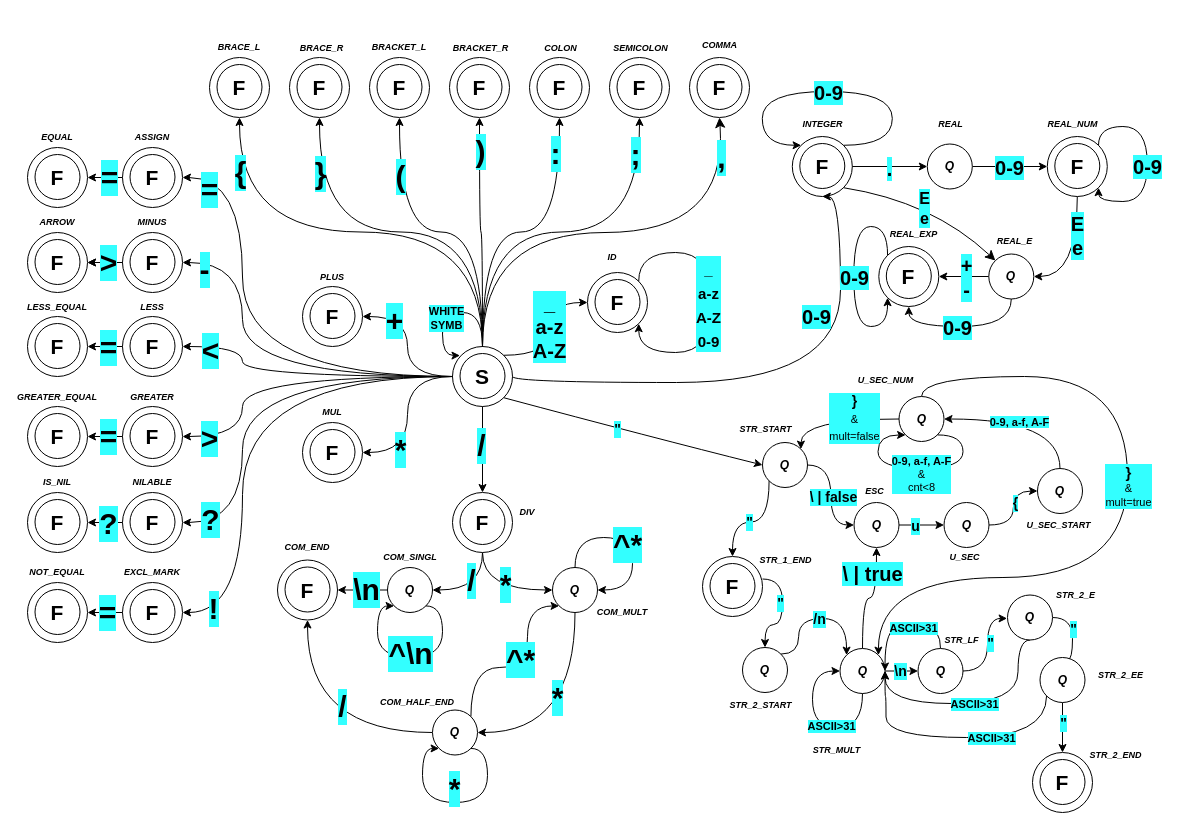
The draw.io diagram lexer.drawio in xshche05/IFJ-2023-project-compiler, before the edit. Source tidied: cells renumbered, new cells numbered last; positions are measured from the earlier drawing's top-left corner, leaving out a move shared by most shapes. Both pictures are drawn from the tidied source at 100%, with x=0, y=0 at pixel (27, 17).
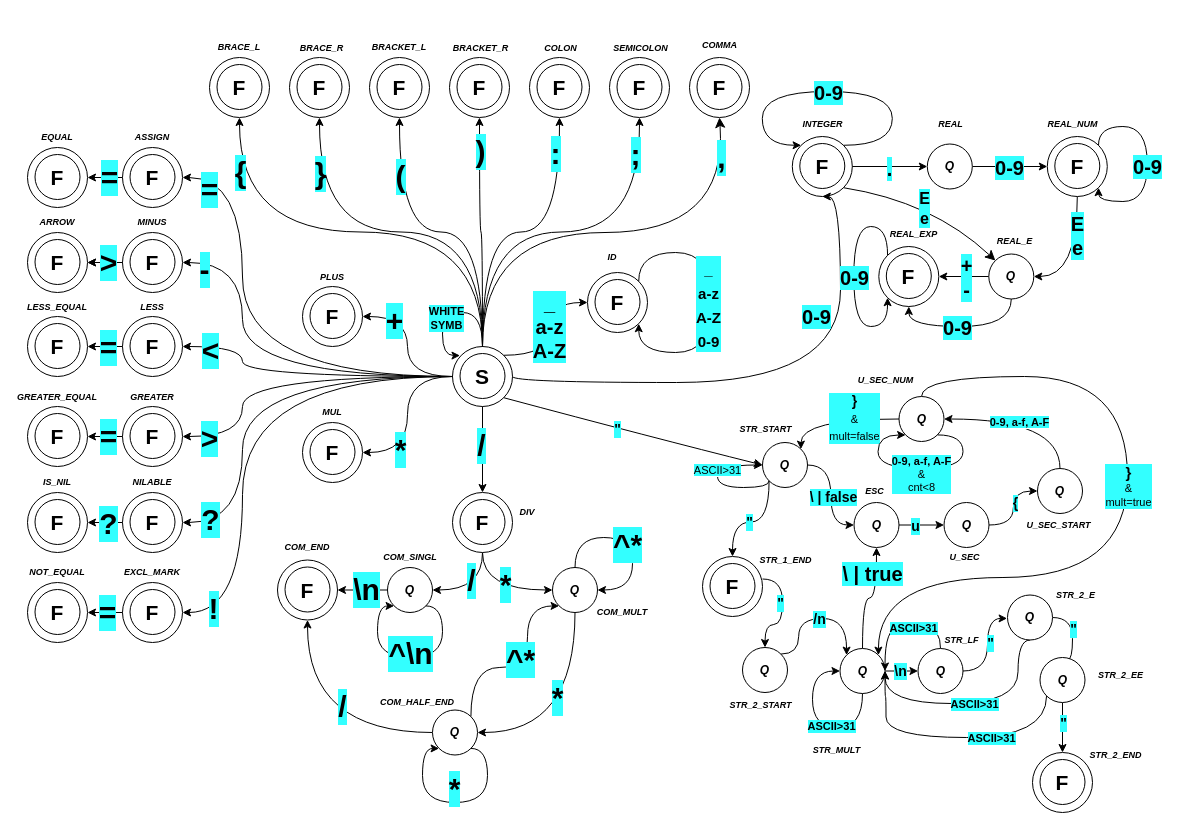
The same diagram, later.

Unchanged cells that the change refers to:
```xml
<mxCell id="246" value="&lt;b&gt;&lt;i&gt;Q&lt;/i&gt;&lt;/b&gt;" style="ellipse;whiteSpace=wrap;html=1;" parent="1" vertex="1">
  <mxGeometry x="735" y="425" width="45" height="45" as="geometry" />
</mxCell>
```

What changed in the source:
```diff
@@
+    <mxCell id="313" style="edgeStyle=orthogonalEdgeStyle;rounded=0;orthogonalLoop=1;jettySize=auto;html=1;exitX=0;exitY=1;exitDx=0;exitDy=0;entryX=0;entryY=0.5;entryDx=0;entryDy=0;curved=1;" parent="1" edge="1" source="246" target="246">
+      <mxGeometry relative="1" as="geometry">
+        <Array as="points">
+          <mxPoint x="742" y="470" />
+          <mxPoint x="690" y="470" />
+          <mxPoint x="690" y="447" />
+        </Array>
+      </mxGeometry>
+    </mxCell>
+    <mxCell id="314" value="&lt;span style=&quot;background-color: rgb(51, 255, 255);&quot;&gt;ASCII&amp;gt;31&lt;/span&gt;" style="edgeLabel;html=1;align=center;verticalAlign=middle;" parent="313" vertex="1">
+      <mxGeometry x="0.21" y="1" relative="1" as="geometry" />
+    </mxCell>
```
